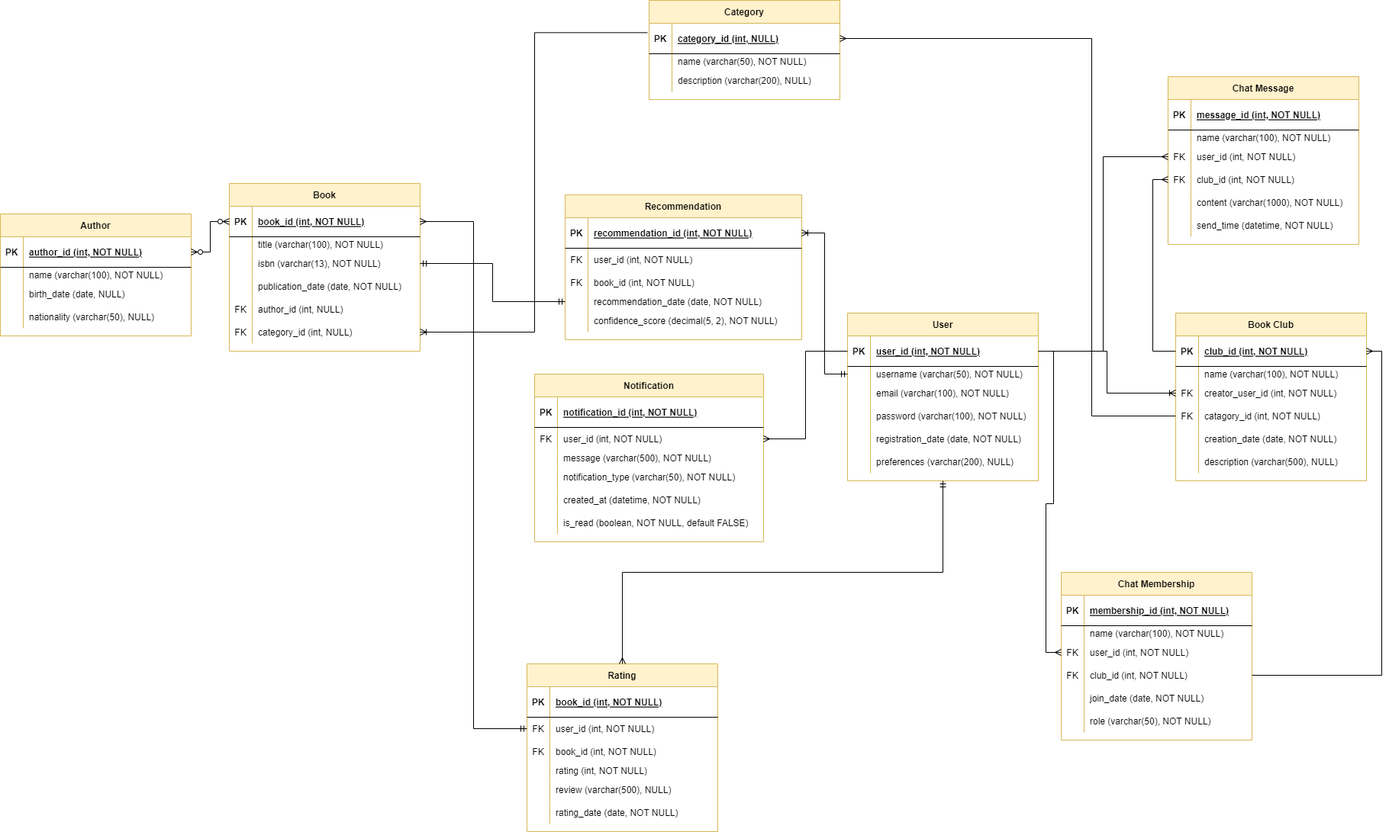
Kkgenkai/Draw.io keeps this draw.io diagram as New folder/Untitled Diagram.drawio.png. Above is the earlier version. Source tidied: cells renumbered, new cells last; positions are measured from the earlier drawing's top-left corner, leaving out a move shared by most shapes.
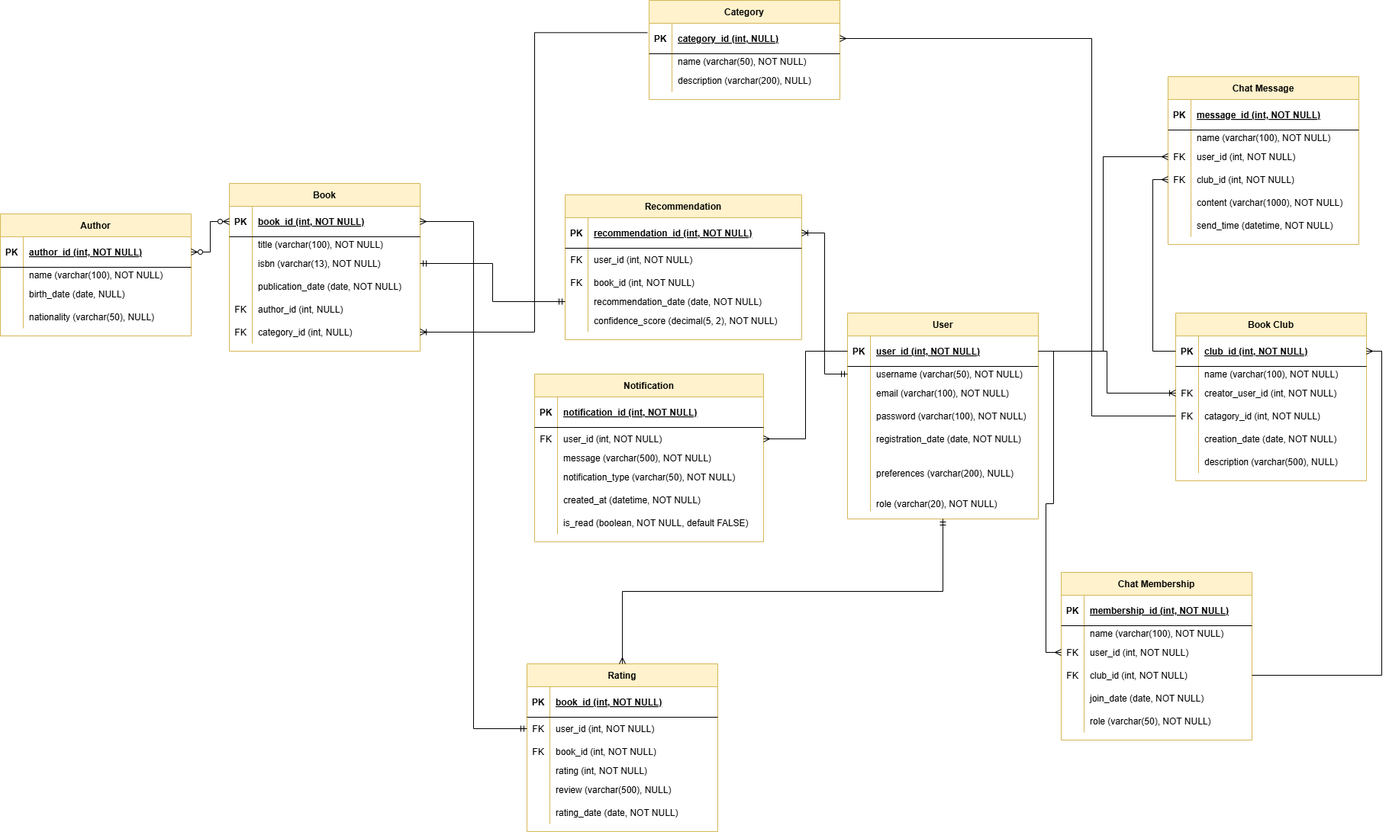
The same file after the commit.

The edit, as a diff of the source:
```diff
@@ -3,7 +3,7 @@
     <mxCell id="0" />
     <mxCell id="1" parent="0" />
     <mxCell id="2" value="User" style="shape=table;startSize=30;rowLines=0;fontStyle=1;align=center;fillColor=#fff2cc;strokeColor=#d6b656;" parent="1" vertex="1">
-      <mxGeometry x="1110" y="410" width="250" height="220" as="geometry" />
+      <mxGeometry x="1110" y="410" width="250" height="270" as="geometry" />
     </mxCell>
     <mxCell id="3" style="shape=partialRectangle;fillColor=none;points=[[0,0.5],[1,0.5]];portConstraint=eastwest;top=0;left=0;right=0;bottom=1;" parent="2" vertex="1">
       <mxGeometry y="30" width="250" height="40" as="geometry" />
@@ -51,14 +51,23 @@
       <mxGeometry x="30" width="220" height="30" as="geometry" />
     </mxCell>
     <mxCell id="18" style="shape=partialRectangle;fillColor=none;top=0;left=0;right=0;bottom=0;" parent="2" vertex="1">
-      <mxGeometry y="180" width="250" height="30" as="geometry" />
+      <mxGeometry y="180" width="250" height="60" as="geometry" />
     </mxCell>
     <mxCell id="19" style="shape=partialRectangle;overflow=hidden;fillColor=none;top=0;left=0;bottom=0;right=0;" parent="18" vertex="1">
-      <mxGeometry width="30" height="30" as="geometry" />
+      <mxGeometry width="30" height="60" as="geometry" />
     </mxCell>
     <mxCell id="20" value="preferences (varchar(200), NULL)" style="shape=partialRectangle;overflow=hidden;fillColor=none;top=0;left=0;bottom=0;right=0;align=left;spacingLeft=6;" parent="18" vertex="1">
-      <mxGeometry x="30" width="220" height="30" as="geometry" />
+      <mxGeometry x="30" width="220" height="60" as="geometry" />
     </mxCell>
+    <mxCell id="187" style="shape=partialRectangle;fillColor=none;top=0;left=0;right=0;bottom=0;" parent="2" vertex="1">
+      <mxGeometry y="240" width="250" height="20" as="geometry" />
+    </mxCell>
+    <mxCell id="188" style="shape=partialRectangle;overflow=hidden;fillColor=none;top=0;left=0;bottom=0;right=0;" parent="187" vertex="1">
+      <mxGeometry width="30" height="20" as="geometry" />
+    </mxCell>
+    <mxCell id="189" value="role (varchar(20), NOT NULL)" style="shape=partialRectangle;overflow=hidden;fillColor=none;top=0;left=0;bottom=0;right=0;align=left;spacingLeft=6;" parent="187" vertex="1">
+      <mxGeometry x="30" width="220" height="20" as="geometry" />
+    </mxCell>
     <mxCell id="21" value="Book" style="shape=table;startSize=30;rowLines=0;fontStyle=1;align=center;fillColor=#fff2cc;strokeColor=#d6b656;" parent="1" vertex="1">
       <mxGeometry x="300" y="240" width="250" height="220" as="geometry" />
     </mxCell>
```
